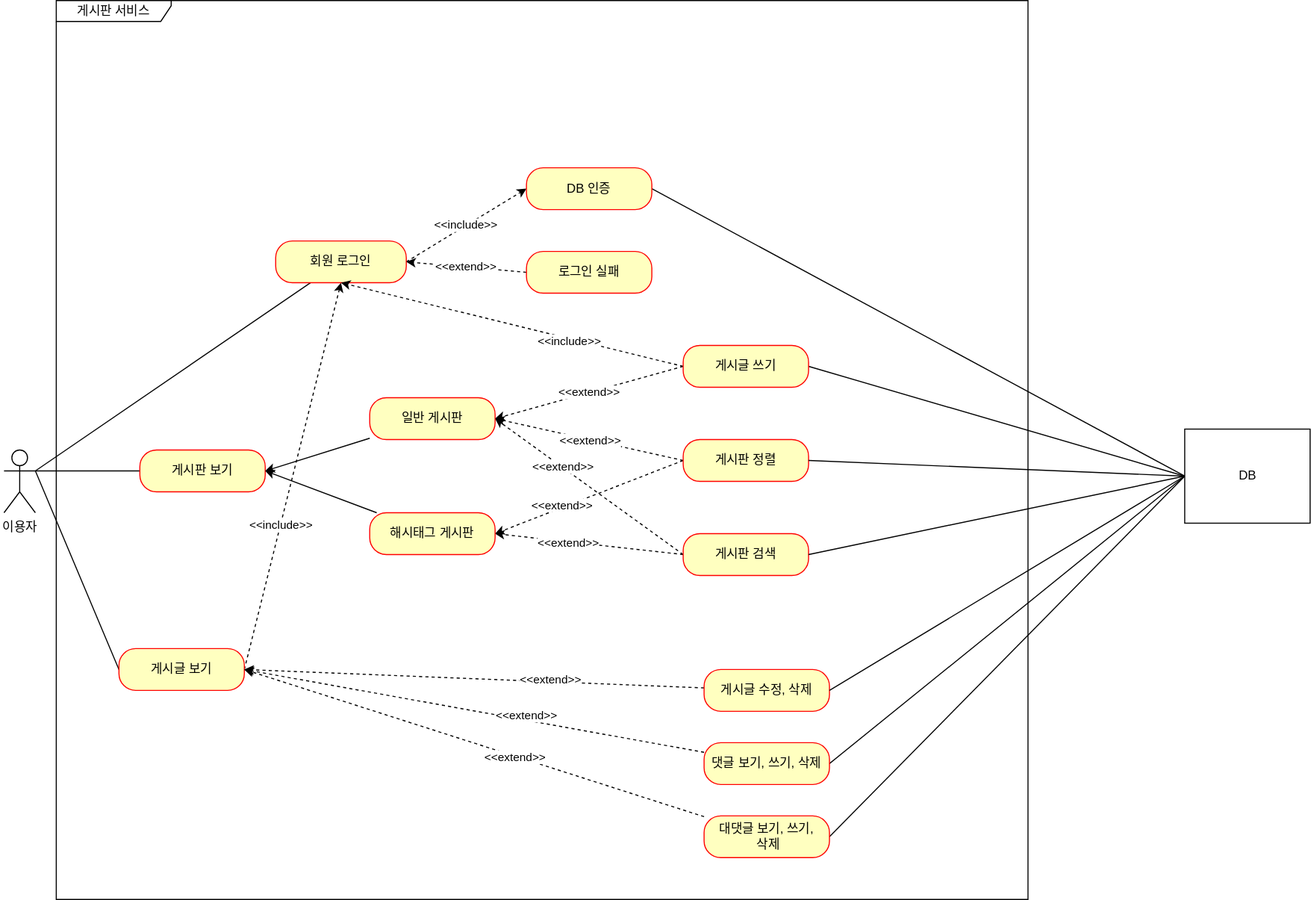
The draw.io diagram document/use-case.svg in GGHDMS/board-project, before a commit. Source tidied: cells renumbered, new cells last; positions are measured from the earlier drawing's top-left corner, leaving out a move shared by most shapes.
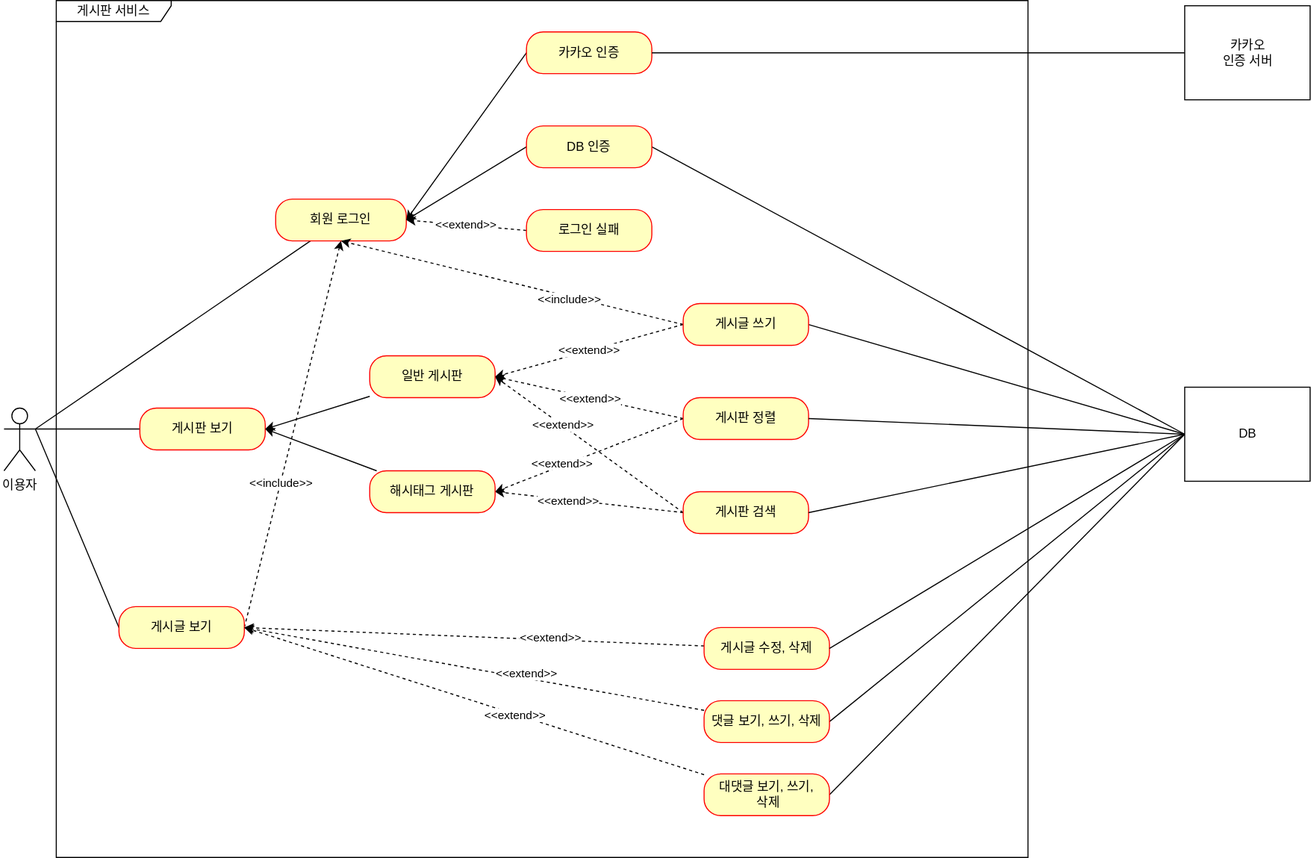
After the change.

Commit message:
#60 - use-case.svg: 카카오 인증 유즈 케이스 추가(대댓글은 미리 표현 하였음)

What changed in the source:
```diff
@@ -6,7 +6,7 @@
       <mxGeometry y="430" width="30" height="60" as="geometry" />
     </mxCell>
     <mxCell id="3" value="게시판 서비스" style="shape=umlFrame;whiteSpace=wrap;html=1;width=110;height=20;" parent="1" vertex="1">
-      <mxGeometry x="50" width="930" height="860" as="geometry" />
+      <mxGeometry x="50" y="40" width="930" height="820" as="geometry" />
     </mxCell>
     <mxCell id="4" style="edgeStyle=none;rounded=0;jettySize=auto;html=1;entryX=1;entryY=0.3333333333333333;entryDx=0;entryDy=0;entryPerimeter=0;endArrow=none;endFill=0;exitX=0;exitY=0.5;exitDx=0;exitDy=0;" parent="1" edge="1" source="6" target="2">
       <mxGeometry relative="1" as="geometry" />
@@ -34,15 +34,15 @@
     <mxCell id="11" style="edgeStyle=none;rounded=0;jettySize=auto;html=1;entryX=1;entryY=0.3333333333333333;entryDx=0;entryDy=0;entryPerimeter=0;endArrow=none;endFill=0;" parent="1" edge="1" source="13" target="2">
       <mxGeometry relative="1" as="geometry" />
     </mxCell>
-    <mxCell id="12" value="&amp;lt;&amp;lt;include&amp;gt;&amp;gt;&lt;br&gt;" style="edgeStyle=none;rounded=0;jettySize=auto;html=1;entryX=0;entryY=0.5;entryDx=0;entryDy=0;endArrow=classic;endFill=1;dashed=1;exitX=1;exitY=0.5;exitDx=0;exitDy=0;" parent="1" edge="1" source="13" target="15">
-      <mxGeometry relative="1" as="geometry" />
-    </mxCell>
     <mxCell id="13" value="회원 로그인" style="rounded=1;whiteSpace=wrap;html=1;arcSize=40;fontColor=#000000;fillColor=#ffffc0;strokeColor=#ff0000;" parent="1" vertex="1">
       <mxGeometry x="260" y="230" width="125" height="40" as="geometry" />
     </mxCell>
     <mxCell id="14" style="edgeStyle=none;rounded=0;jettySize=auto;html=1;endArrow=none;endFill=0;entryX=0;entryY=0.5;entryDx=0;entryDy=0;exitX=1;exitY=0.5;exitDx=0;exitDy=0;" parent="1" edge="1" source="15" target="39">
       <mxGeometry relative="1" as="geometry" />
     </mxCell>
+    <mxCell id="51" style="edgeStyle=none;rounded=0;jettySize=auto;html=1;exitX=0;exitY=0.5;exitDx=0;exitDy=0;entryX=1;entryY=0.5;entryDx=0;entryDy=0;startArrow=none;startFill=0;endArrow=classic;endFill=1;" parent="1" edge="1" source="15" target="13">
+      <mxGeometry relative="1" as="geometry" />
+    </mxCell>
     <mxCell id="15" value="DB 인증" style="rounded=1;whiteSpace=wrap;html=1;arcSize=40;fontColor=#000000;fillColor=#ffffc0;strokeColor=#ff0000;" parent="1" vertex="1">
       <mxGeometry x="500" y="160" width="120" height="40" as="geometry" />
     </mxCell>
@@ -166,5 +166,17 @@
     <mxCell id="50" value="게시글 쓰기" style="rounded=1;whiteSpace=wrap;html=1;arcSize=40;fontColor=#000000;fillColor=#ffffc0;strokeColor=#ff0000;" parent="1" vertex="1">
       <mxGeometry x="650" y="330" width="120" height="40" as="geometry" />
     </mxCell>
+    <mxCell id="52" style="edgeStyle=none;rounded=0;jettySize=auto;html=1;exitX=0;exitY=0.5;exitDx=0;exitDy=0;entryX=1;entryY=0.5;entryDx=0;entryDy=0;startArrow=none;startFill=0;endArrow=classic;endFill=1;" parent="1" edge="1" source="53" target="13">
+      <mxGeometry relative="1" as="geometry" />
+    </mxCell>
+    <mxCell id="53" value="카카오 인증" style="rounded=1;whiteSpace=wrap;html=1;arcSize=40;fontColor=#000000;fillColor=#ffffc0;strokeColor=#ff0000;" parent="1" vertex="1">
+      <mxGeometry x="500" y="70" width="120" height="40" as="geometry" />
+    </mxCell>
+    <mxCell id="54" style="rounded=0;jettySize=auto;html=1;exitX=0;exitY=0.5;exitDx=0;exitDy=0;entryX=1;entryY=0.5;entryDx=0;entryDy=0;startArrow=none;startFill=0;endArrow=none;endFill=0;" parent="1" edge="1" source="55" target="53">
+      <mxGeometry relative="1" as="geometry" />
+    </mxCell>
+    <mxCell id="55" value="카카오&lt;br&gt;인증 서버" style="html=1;" parent="1" vertex="1">
+      <mxGeometry x="1130" y="45" width="120" height="90" as="geometry" />
+    </mxCell>
   </root>
 </mxGraphModel>
```
